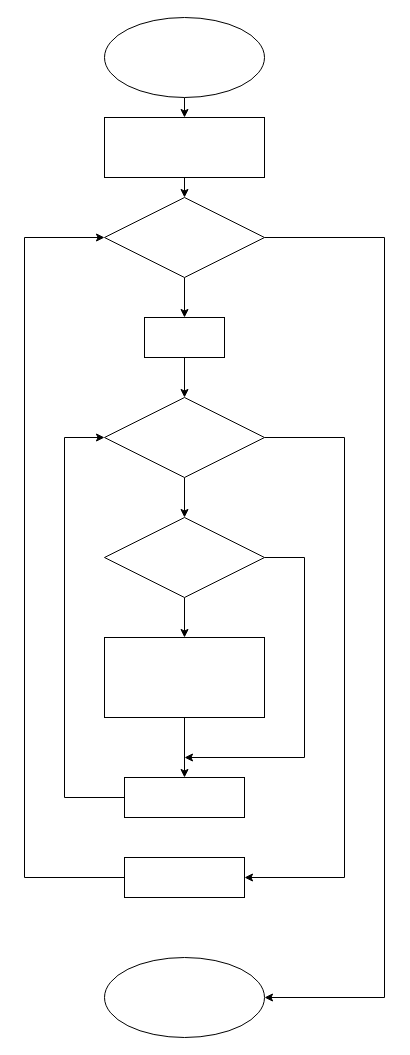
The draw.io diagram Untitled Diagram.drawio in b8enly/Alg, before the edit. Source tidied: cells renumbered, new cells numbered last; positions are measured from the earlier drawing's top-left corner, leaving out a move shared by most shapes. Both pictures are drawn from the tidied source at 100%, with x=0, y=0 at pixel (24, 17).
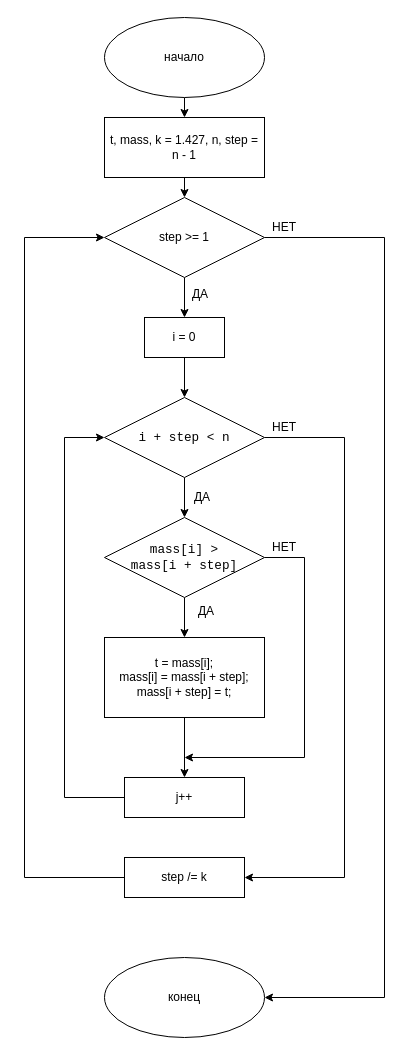
The same page after the edit.

The edit, as a diff of the source:
```diff
@@
+    <mxCell id="24" value="начало" style="text;html=1;strokeColor=none;fillColor=none;align=center;verticalAlign=middle;whiteSpace=wrap;rounded=0;" parent="1" vertex="1">
+      <mxGeometry x="90" y="30" width="140" height="20" as="geometry" />
+    </mxCell>
+    <mxCell id="25" value="t, mass, k = 1.427, n, step = n - 1" style="text;html=1;strokeColor=none;fillColor=none;align=center;verticalAlign=middle;whiteSpace=wrap;rounded=0;" parent="1" vertex="1">
+      <mxGeometry x="80" y="120" width="160" height="20" as="geometry" />
+    </mxCell>
+    <mxCell id="26" value="step &amp;gt;= 1" style="text;html=1;strokeColor=none;fillColor=none;align=center;verticalAlign=middle;whiteSpace=wrap;rounded=0;" parent="1" vertex="1">
+      <mxGeometry x="110" y="210" width="100" height="20" as="geometry" />
+    </mxCell>
+    <mxCell id="27" value="НЕТ" style="text;html=1;strokeColor=none;fillColor=none;align=center;verticalAlign=middle;whiteSpace=wrap;rounded=0;" parent="1" vertex="1">
+      <mxGeometry x="240" y="200" width="40" height="20" as="geometry" />
+    </mxCell>
+    <mxCell id="28" value="ДА" style="text;html=1;strokeColor=none;fillColor=none;align=center;verticalAlign=middle;whiteSpace=wrap;rounded=0;" parent="1" vertex="1">
+      <mxGeometry x="156" y="267" width="40" height="20" as="geometry" />
+    </mxCell>
+    <mxCell id="29" value="i = 0" style="text;html=1;strokeColor=none;fillColor=none;align=center;verticalAlign=middle;whiteSpace=wrap;rounded=0;" parent="1" vertex="1">
+      <mxGeometry x="120" y="310" width="80" height="20" as="geometry" />
+    </mxCell>
+    <mxCell id="30" value="&lt;span lang=&quot;EN-US&quot; style=&quot;font-size: 9.5pt ; font-family: &amp;#34;consolas&amp;#34;&quot;&gt;i + step &amp;lt; n&lt;/span&gt;" style="text;html=1;strokeColor=none;fillColor=none;align=center;verticalAlign=middle;whiteSpace=wrap;rounded=0;" parent="1" vertex="1">
+      <mxGeometry x="100" y="410" width="120" height="20" as="geometry" />
+    </mxCell>
+    <mxCell id="31" value="&lt;span lang=&quot;EN-US&quot; style=&quot;font-size: 9.5pt ; font-family: &amp;#34;consolas&amp;#34;&quot;&gt;mass[i] &amp;gt; mass[i + step]&lt;/span&gt;" style="text;html=1;strokeColor=none;fillColor=none;align=center;verticalAlign=middle;whiteSpace=wrap;rounded=0;" parent="1" vertex="1">
+      <mxGeometry x="100" y="530" width="120" height="20" as="geometry" />
+    </mxCell>
+    <mxCell id="32" value="t = mass[i];&lt;br&gt;mass[i] = mass[i + step];&lt;br&gt;mass[i + step] = t;" style="text;html=1;strokeColor=none;fillColor=none;align=center;verticalAlign=middle;whiteSpace=wrap;rounded=0;" parent="1" vertex="1">
+      <mxGeometry x="80" y="650" width="160" height="20" as="geometry" />
+    </mxCell>
+    <mxCell id="33" value="j++" style="text;html=1;strokeColor=none;fillColor=none;align=center;verticalAlign=middle;whiteSpace=wrap;rounded=0;" parent="1" vertex="1">
+      <mxGeometry x="140" y="770" width="40" height="20" as="geometry" />
+    </mxCell>
+    <mxCell id="34" value="ДА" style="text;html=1;strokeColor=none;fillColor=none;align=center;verticalAlign=middle;whiteSpace=wrap;rounded=0;" parent="1" vertex="1">
+      <mxGeometry x="158" y="470" width="40" height="20" as="geometry" />
+    </mxCell>
+    <mxCell id="35" value="ДА" style="text;html=1;strokeColor=none;fillColor=none;align=center;verticalAlign=middle;whiteSpace=wrap;rounded=0;" parent="1" vertex="1">
+      <mxGeometry x="162" y="584" width="40" height="20" as="geometry" />
+    </mxCell>
+    <mxCell id="36" value="НЕТ" style="text;html=1;strokeColor=none;fillColor=none;align=center;verticalAlign=middle;whiteSpace=wrap;rounded=0;" parent="1" vertex="1">
+      <mxGeometry x="240" y="520" width="40" height="20" as="geometry" />
+    </mxCell>
+    <mxCell id="37" value="НЕТ" style="text;html=1;strokeColor=none;fillColor=none;align=center;verticalAlign=middle;whiteSpace=wrap;rounded=0;" parent="1" vertex="1">
+      <mxGeometry x="240" y="400" width="40" height="20" as="geometry" />
+    </mxCell>
+    <mxCell id="38" value="step /= k" style="text;html=1;strokeColor=none;fillColor=none;align=center;verticalAlign=middle;whiteSpace=wrap;rounded=0;" parent="1" vertex="1">
+      <mxGeometry x="100" y="850" width="120" height="20" as="geometry" />
+    </mxCell>
+    <mxCell id="39" value="конец" style="text;html=1;strokeColor=none;fillColor=none;align=center;verticalAlign=middle;whiteSpace=wrap;rounded=0;" parent="1" vertex="1">
+      <mxGeometry x="90" y="970" width="140" height="20" as="geometry" />
+    </mxCell>
```
